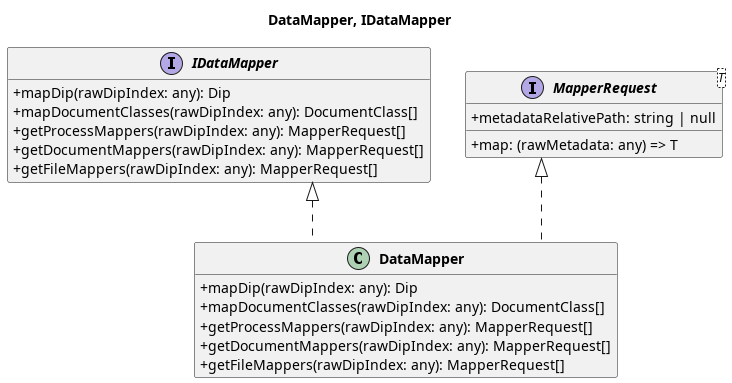
7-ZPUs/Docs keeps this PlantUML diagram as out/3_PB/DocumentiEsterni/DiagrammiSpecificaTecnica/C4/C4_Main_Indexing_Flow_DataMapper/Class Diagram - Main Indexing Flow - Group 2.png. Above is the earlier version. Source of this version:
```plantuml
@startuml Class Diagram - Main Indexing Flow - Group 2

top to bottom direction
skinparam classAttributeIconSize 0
skinparam classFontStyle bold
skinparam packageStyle rectangle
skinparam linetype ortho
hide empty members


title DataMapper, IDataMapper

  interface IDataMapper {
    + mapDip(rawDipIndex: any): Dip
    + mapDocumentClasses(rawDipIndex: any): DocumentClass[]
    + getProcessMappers(rawDipIndex: any): MapperRequest[]
    + getDocumentMappers(rawDipIndex: any): MapperRequest[]
    + getFileMappers(rawDipIndex: any): MapperRequest[]
  }

  class DataMapper {
    + mapDip(rawDipIndex: any): Dip
    + mapDocumentClasses(rawDipIndex: any): DocumentClass[]
    + getProcessMappers(rawDipIndex: any): MapperRequest[]
    + getDocumentMappers(rawDipIndex: any): MapperRequest[]
    + getFileMappers(rawDipIndex: any): MapperRequest[]
  }

  interface MapperRequest<T> {
    + metadataRelativePath: string | null
    + map: (rawMetadata: any) => T
  }

IDataMapper <|.. DataMapper
MapperRequest <|.. DataMapper

@enduml
```
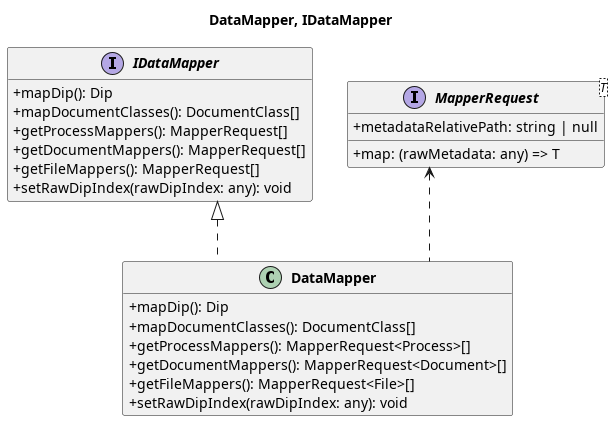
The same diagram one commit later.

Change to the diagram source:
```diff
@@ -11,19 +11,21 @@
 title DataMapper, IDataMapper
 
   interface IDataMapper {
-    + mapDip(rawDipIndex: any): Dip
-    + mapDocumentClasses(rawDipIndex: any): DocumentClass[]
-    + getProcessMappers(rawDipIndex: any): MapperRequest[]
-    + getDocumentMappers(rawDipIndex: any): MapperRequest[]
-    + getFileMappers(rawDipIndex: any): MapperRequest[]
+    + mapDip(): Dip
+    + mapDocumentClasses(): DocumentClass[]
+    + getProcessMappers(): MapperRequest[]
+    + getDocumentMappers(): MapperRequest[]
+    + getFileMappers(): MapperRequest[]
+    + setRawDipIndex(rawDipIndex: any): void
   }
 
   class DataMapper {
-    + mapDip(rawDipIndex: any): Dip
-    + mapDocumentClasses(rawDipIndex: any): DocumentClass[]
-    + getProcessMappers(rawDipIndex: any): MapperRequest[]
-    + getDocumentMappers(rawDipIndex: any): MapperRequest[]
-    + getFileMappers(rawDipIndex: any): MapperRequest[]
+    + mapDip(): Dip
+    + mapDocumentClasses(): DocumentClass[]
+    + getProcessMappers(): MapperRequest<Process>[]
+    + getDocumentMappers(): MapperRequest<Document>[]
+    + getFileMappers(): MapperRequest<File>[]
+    + setRawDipIndex(rawDipIndex: any): void
   }
 
   interface MapperRequest<T> {
@@ -32,6 +34,6 @@
   }
 
 IDataMapper <|.. DataMapper
-MapperRequest <|.. DataMapper
+MapperRequest <.. DataMapper
 
 @enduml
```
